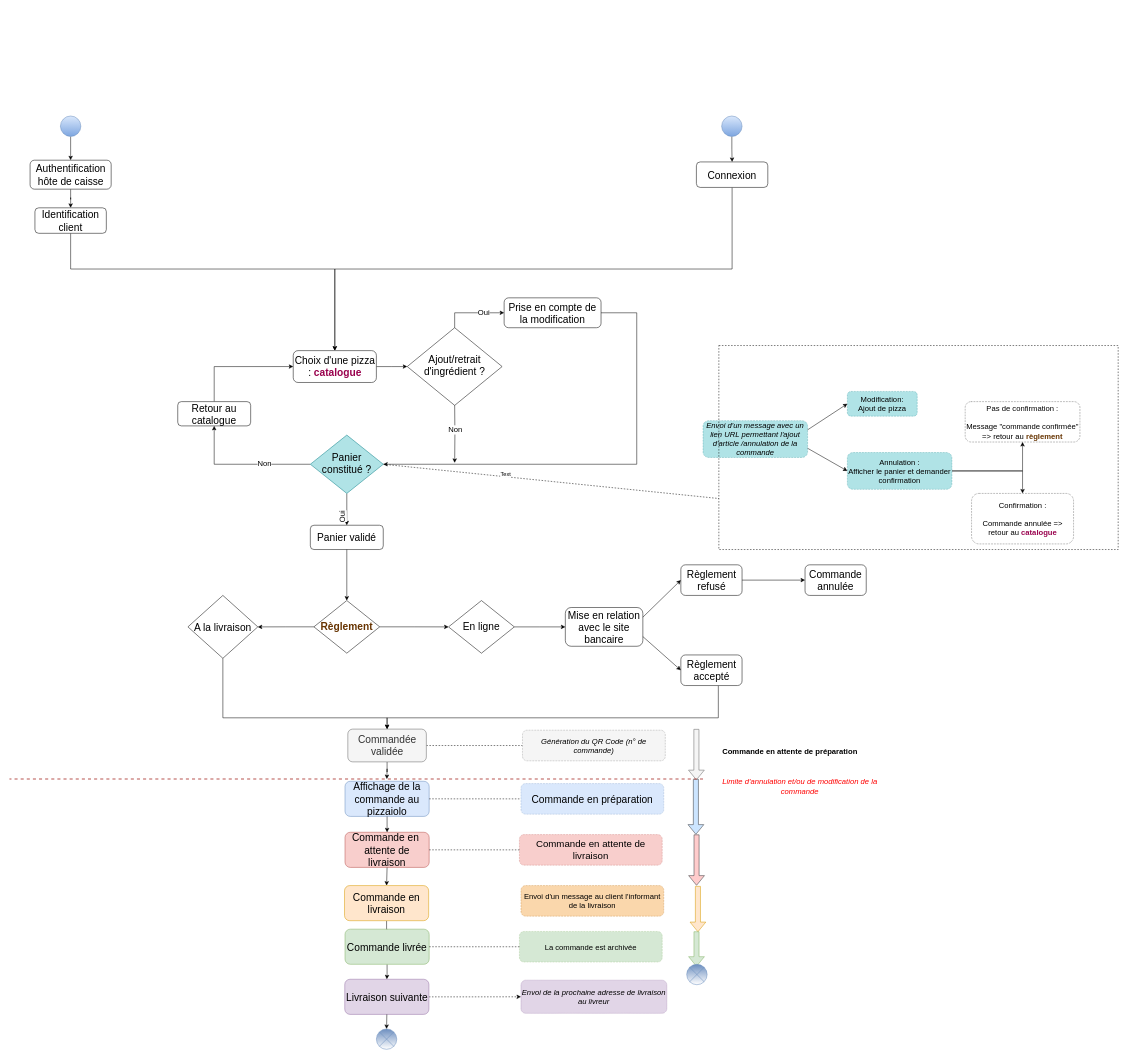
Earlier version of the draw.io diagram Copy of Copy of Untitled Diagram.drawio (OMorlotti/P4-analyser-les-besoin-de-mon-client-pour-son-groupe-de-pizzerias). Source tidied: cells renumbered, new cells numbered last; positions are measured from the earlier drawing's top-left corner, leaving out a move shared by most shapes. Both pictures are drawn from the tidied source at 51%, with x=0, y=0 at pixel (9, 9).
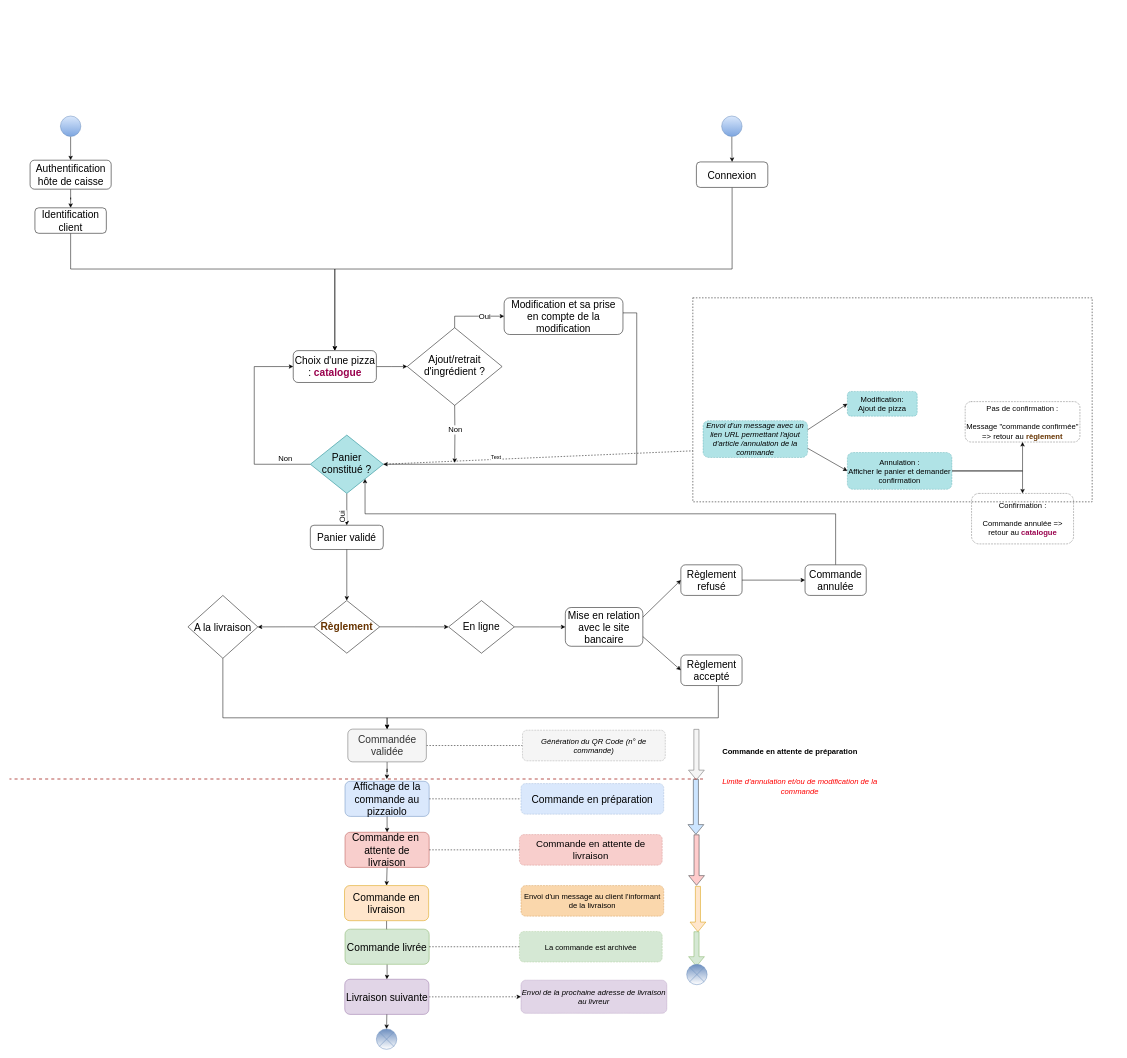
The same page after the edit.

Unchanged cells that the change refers to:
```xml
<mxCell id="3" value="&lt;font style=&quot;font-size: 20px&quot;&gt;Choix d'une pizza : &lt;font color=&quot;#99004d&quot;&gt;&lt;b&gt;catalogue&lt;/b&gt;&lt;/font&gt;&lt;/font&gt;" style="rounded=1;whiteSpace=wrap;html=1;fontSize=12;glass=0;strokeWidth=1;shadow=0;" parent="1" vertex="1">
  <mxGeometry x="556.5" y="670" width="163" height="62.5" as="geometry" />
</mxCell>
<mxCell id="65" value="&lt;font style=&quot;font-size: 20px&quot;&gt;Commande annulée&lt;/font&gt;" style="rounded=1;whiteSpace=wrap;html=1;fillColor=#FFFFFF;gradientColor=none;" parent="1" vertex="1">
  <mxGeometry x="1560" y="1090" width="120" height="60" as="geometry" />
</mxCell>
<mxCell id="88" value="&lt;font style=&quot;font-size: 20px&quot;&gt;&lt;font style=&quot;font-size: 20px&quot;&gt;Panier constitué ?&lt;/font&gt;&lt;/font&gt;" style="rhombus;whiteSpace=wrap;html=1;shadow=0;fontFamily=Helvetica;fontSize=12;align=center;strokeWidth=1;spacing=6;spacingTop=-4;fillColor=#b0e3e6;strokeColor=#0e8088;" parent="1" vertex="1">
  <mxGeometry x="590" y="835.6" width="143" height="114.4" as="geometry" />
</mxCell>
```

Diff of the diagram source:
```diff
@@
-    <mxCell id="6" style="edgeStyle=orthogonalEdgeStyle;rounded=0;jettySize=auto;html=1;exitX=0.5;exitY=0;exitDx=0;exitDy=0;entryX=0;entryY=0.5;entryDx=0;entryDy=0;" parent="1" edge="1" source="7" target="3">
-      <mxGeometry relative="1" as="geometry" />
-    </mxCell>
-    <mxCell id="7" value="&lt;font style=&quot;font-size: 20px&quot;&gt;Retour au catalogue&lt;/font&gt;" style="rounded=1;whiteSpace=wrap;html=1;fontSize=12;glass=0;strokeWidth=1;shadow=0;" parent="1" vertex="1">
-      <mxGeometry x="330" y="770" width="143" height="47.6" as="geometry" />
-    </mxCell>
@@
-    <mxCell id="18" value="&lt;font style=&quot;font-size: 20px&quot;&gt;Prise en compte de la modification&lt;br&gt;&lt;/font&gt;" style="rounded=1;whiteSpace=wrap;html=1;fontSize=12;glass=0;strokeWidth=1;shadow=0;align=center;" parent="1" vertex="1">
-      <mxGeometry x="970" y="566.5" width="190" height="58.6" as="geometry" />
+    <mxCell id="18" value="&lt;font style=&quot;font-size: 20px&quot;&gt;Modification et sa prise en compte de la modification&lt;br&gt;&lt;/font&gt;" style="rounded=1;whiteSpace=wrap;html=1;fontSize=12;glass=0;strokeWidth=1;shadow=0;align=center;" parent="1" vertex="1">
+      <mxGeometry x="970" y="566.5" width="233" height="71.9" as="geometry" />
     </mxCell>
@@
+    <mxCell id="91" style="edgeStyle=orthogonalEdgeStyle;rounded=0;jettySize=auto;html=1;startArrow=none;startFill=0;endArrow=classic;endFill=1;fontSize=15;entryX=1;entryY=1;entryDx=0;entryDy=0;exitX=0.5;exitY=0;exitDx=0;exitDy=0;" parent="1" edge="1" source="65" target="88">
+      <mxGeometry relative="1" as="geometry">
+        <Array as="points">
+          <mxPoint x="1620" y="990" />
+          <mxPoint x="697" y="990" />
+        </Array>
+      </mxGeometry>
+    </mxCell>
@@
     <mxCell id="83" style="rounded=0;whiteSpace=wrap;html=1;dashed=1;fillColor=none;" parent="1" vertex="1">
-      <mxGeometry x="1391" y="660" width="783" height="400" as="geometry" />
+      <mxGeometry x="1340" y="566.5" width="783" height="400" as="geometry" />
     </mxCell>
@@
-    <mxCell id="86" style="edgeStyle=orthogonalEdgeStyle;rounded=0;jettySize=auto;html=1;startArrow=none;startFill=0;endArrow=classic;endFill=1;fontSize=15;entryX=0.5;entryY=1;entryDx=0;entryDy=0;" parent="1" edge="1" source="88" target="7">
+    <mxCell id="86" style="edgeStyle=orthogonalEdgeStyle;rounded=0;jettySize=auto;html=1;startArrow=none;startFill=0;endArrow=classic;endFill=1;fontSize=15;entryX=0;entryY=0.5;entryDx=0;entryDy=0;" parent="1" edge="1" source="88" target="3">
       <mxGeometry relative="1" as="geometry">
         <Array as="points">
-          <mxPoint x="402" y="893" />
+          <mxPoint x="480" y="893" />
+          <mxPoint x="480" y="701" />
         </Array>
       </mxGeometry>
     </mxCell>
     <mxCell id="87" value="Non" style="edgeLabel;html=1;align=center;verticalAlign=middle;fontSize=15;" parent="86" vertex="1">
       <mxGeometry x="-0.3" y="-3" relative="1" as="geometry">
-        <mxPoint x="1" as="offset" />
+        <mxPoint x="57" y="8.8" as="offset" />
       </mxGeometry>
     </mxCell>
```
